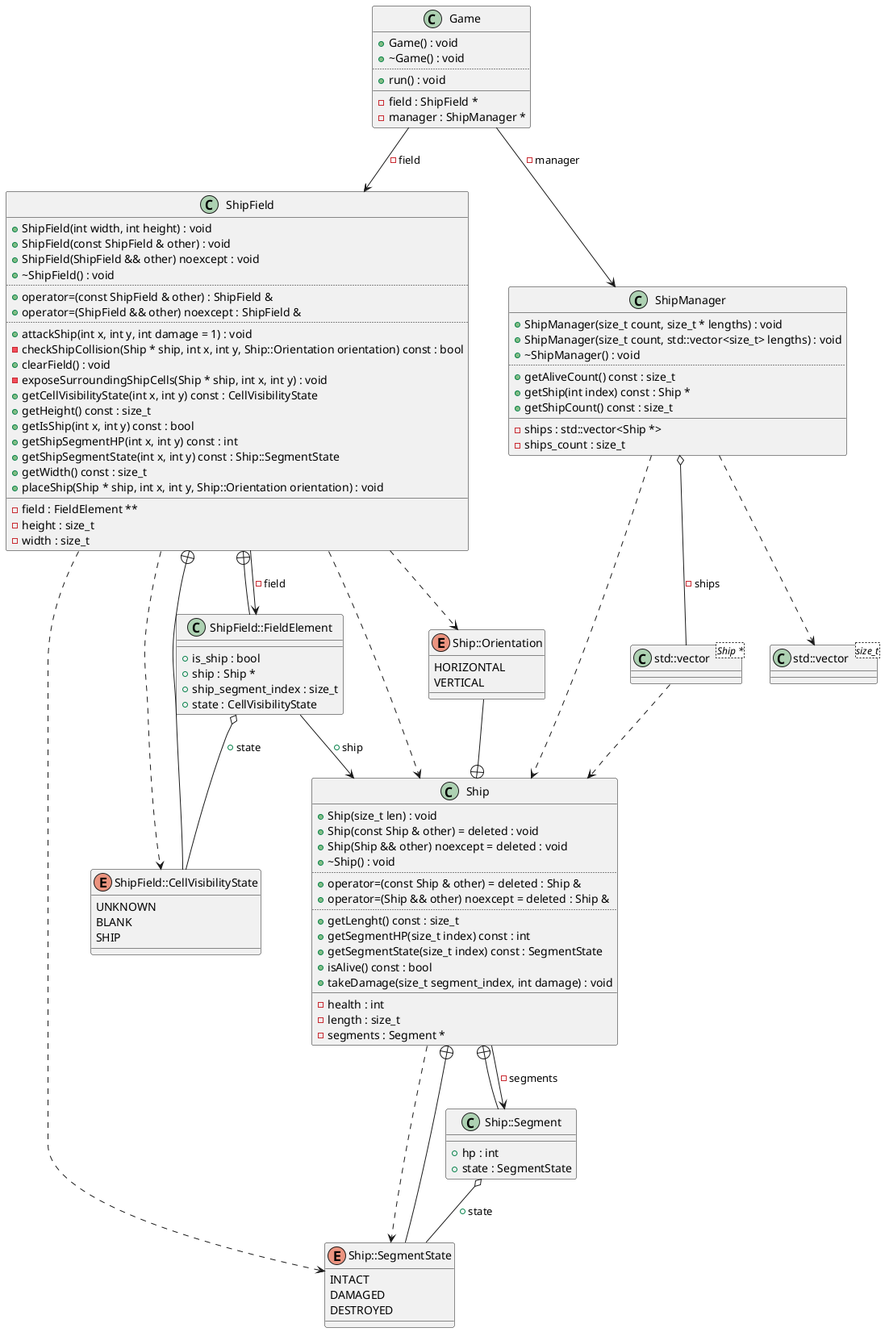
This is diagrams/main.png from Rennelv/ships, a PlantUML export, as it was before one commit.
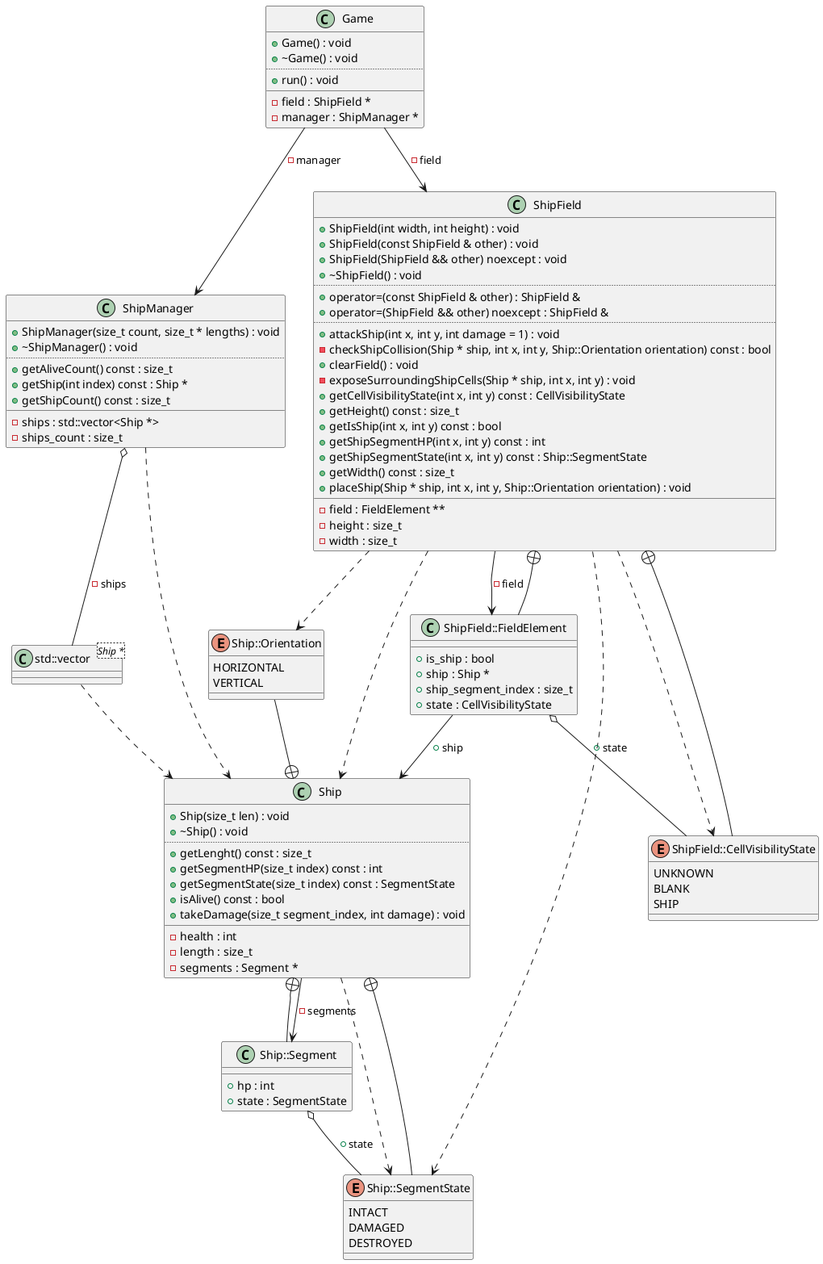
After the commit.

The edit, as a diff of the source:
```diff
@@ -1,8 +1,4 @@
 @startuml
-class "std::vector<size_t>" as C_0009048762651940375792
-class C_0009048762651940375792 {
-__
-}
 class "std::vector<Ship *>" as C_0007462257846685508834
 class C_0007462257846685508834 {
 __
@@ -10,12 +6,7 @@
 class "Ship" as C_0014529657433315016423
 class C_0014529657433315016423 {
 +Ship(size_t len) : void
-+Ship(const Ship & other) = deleted : void
-+Ship(Ship && other) noexcept = deleted : void
 +~Ship() : void
-..
-+operator=(const Ship & other) = deleted : Ship &
-+operator=(Ship && other) noexcept = deleted : Ship &
 ..
 +getLenght() const : size_t
 +getSegmentHP(size_t index) const : int
@@ -87,7 +78,6 @@
 class "ShipManager" as C_0017499122254539489506
 class C_0017499122254539489506 {
 +ShipManager(size_t count, size_t * lengths) : void
-+ShipManager(size_t count, std::vector<size_t> lengths) : void
 +~ShipManager() : void
 ..
 +getAliveCount() const : size_t
@@ -123,7 +113,6 @@
 C_0000316359785794417378 --+ C_0003843296779074973901
 C_0000316359785794417378 o-- C_0014337503322603405869 : +state
 C_0000316359785794417378 --> C_0014529657433315016423 : +ship
-C_0017499122254539489506 ..> C_0009048762651940375792
 C_0017499122254539489506 ..> C_0014529657433315016423
 C_0017499122254539489506 o-- C_0007462257846685508834 : -ships
 C_0017470460303031448044 --> C_0003843296779074973901 : -field
```
